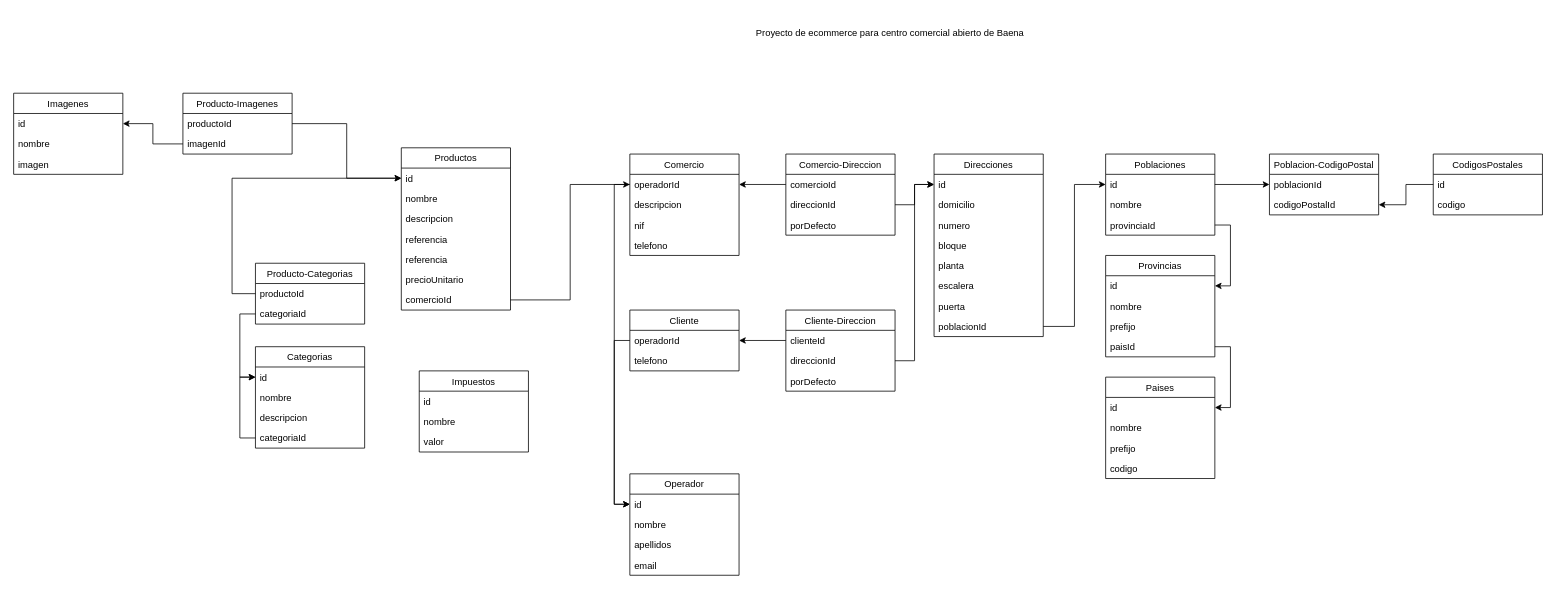
mecanicos/learningTesting keeps this draw.io diagram as Modelo relacional.drawio. Above is the earlier version. Source tidied: cells renumbered, new cells numbered last; positions are measured from the earlier drawing's top-left corner, leaving out a move shared by most shapes. Both pictures are drawn from the tidied source at 78%, with x=0, y=0 at pixel (13, 13).
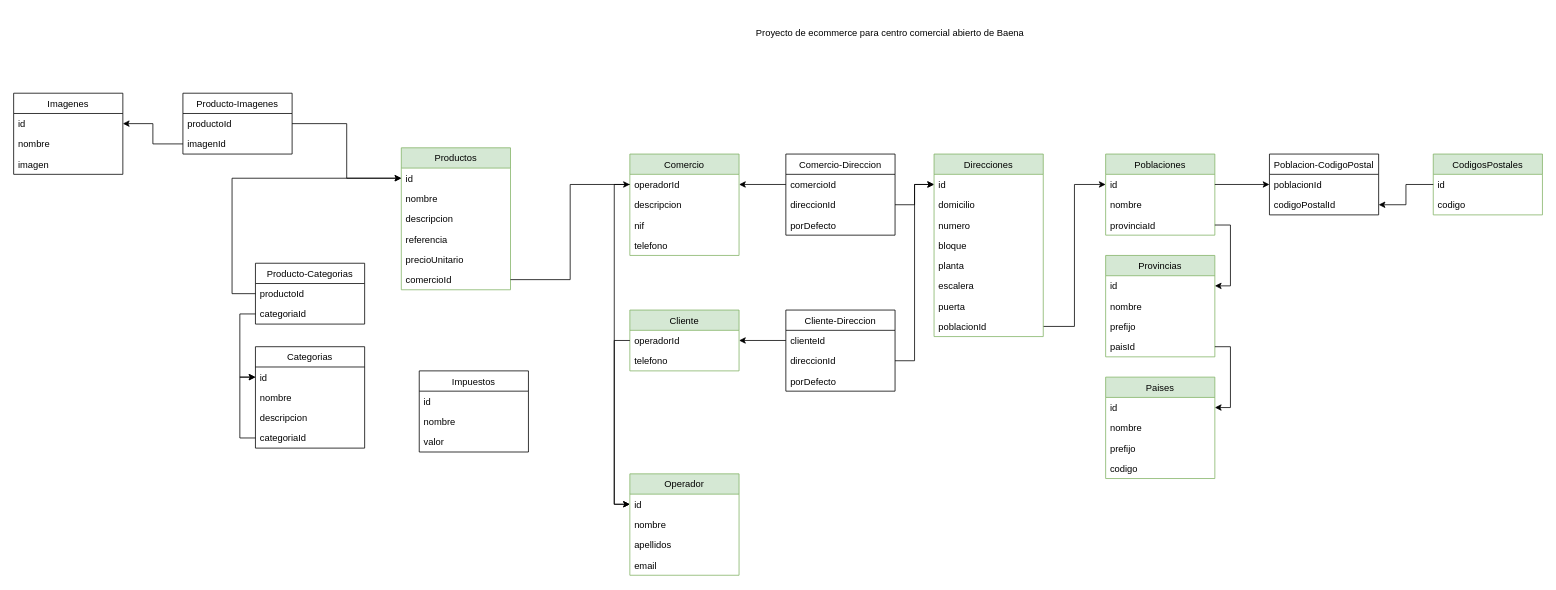
The same diagram, later.

What changed in the source:
```diff
@@
-    <mxCell id="2" value="Comercio" style="swimlane;fontStyle=0;horizontal=1;startSize=26;fillColor=none;" parent="1" vertex="1">
+    <mxCell id="2" value="Comercio" style="swimlane;fontStyle=0;horizontal=1;startSize=26;fillColor=#d5e8d4;strokeColor=#82b366;" parent="1" vertex="1">
       <mxGeometry x="790" y="180" width="140" height="130" as="geometry" />
     </mxCell>
@@
-    <mxCell id="9" value="Direcciones" style="swimlane;fontStyle=0;horizontal=1;startSize=26;fillColor=none;" parent="1" vertex="1">
+    <mxCell id="9" value="Direcciones" style="swimlane;fontStyle=0;horizontal=1;startSize=26;fillColor=#d5e8d4;strokeColor=#82b366;" parent="1" vertex="1">
       <mxGeometry x="1180" y="180" width="140" height="234" as="geometry" />
     </mxCell>
@@
-    <mxCell id="18" value="Poblaciones" style="swimlane;fontStyle=0;horizontal=1;startSize=26;fillColor=none;" parent="1" vertex="1">
+    <mxCell id="18" value="Poblaciones" style="swimlane;fontStyle=0;horizontal=1;startSize=26;fillColor=#d5e8d4;strokeColor=#82b366;" parent="1" vertex="1">
       <mxGeometry x="1400" y="180" width="140" height="104" as="geometry" />
     </mxCell>
@@
-    <mxCell id="22" value="CodigosPostales" style="swimlane;fontStyle=0;horizontal=1;startSize=26;fillColor=none;" parent="1" vertex="1">
+    <mxCell id="22" value="CodigosPostales" style="swimlane;fontStyle=0;horizontal=1;startSize=26;fillColor=#d5e8d4;strokeColor=#82b366;" parent="1" vertex="1">
       <mxGeometry x="1820" y="180" width="140" height="78" as="geometry" />
     </mxCell>
@@
-    <mxCell id="30" value="Provincias" style="swimlane;fontStyle=0;horizontal=1;startSize=26;fillColor=none;" parent="1" vertex="1">
+    <mxCell id="30" value="Provincias" style="swimlane;fontStyle=0;horizontal=1;startSize=26;fillColor=#d5e8d4;strokeColor=#82b366;" parent="1" vertex="1">
       <mxGeometry x="1400" y="310" width="140" height="130" as="geometry" />
     </mxCell>
@@
-    <mxCell id="36" value="Paises" style="swimlane;fontStyle=0;horizontal=1;startSize=26;fillColor=none;" parent="1" vertex="1">
+    <mxCell id="36" value="Paises" style="swimlane;fontStyle=0;horizontal=1;startSize=26;fillColor=#d5e8d4;strokeColor=#82b366;" parent="1" vertex="1">
       <mxGeometry x="1400" y="466" width="140" height="130" as="geometry" />
     </mxCell>
@@
-    <mxCell id="42" value="Cliente" style="swimlane;fontStyle=0;horizontal=1;startSize=26;fillColor=none;" parent="1" vertex="1">
+    <mxCell id="42" value="Cliente" style="swimlane;fontStyle=0;horizontal=1;startSize=26;fillColor=#d5e8d4;strokeColor=#82b366;" parent="1" vertex="1">
       <mxGeometry x="790" y="380" width="140" height="78" as="geometry" />
     </mxCell>
@@
-    <mxCell id="57" value="Productos" style="swimlane;fontStyle=0;horizontal=1;startSize=26;fillColor=none;" parent="1" vertex="1">
-      <mxGeometry x="497" y="172" width="140" height="208" as="geometry" />
+    <mxCell id="57" value="Productos" style="swimlane;fontStyle=0;horizontal=1;startSize=26;fillColor=#d5e8d4;strokeColor=#82b366;" parent="1" vertex="1">
+      <mxGeometry x="497" y="172" width="140" height="182" as="geometry" />
     </mxCell>
@@
-    <mxCell id="62" value="referencia" style="text;strokeColor=none;fillColor=none;align=left;verticalAlign=top;spacingLeft=4;spacingRight=4;overflow=hidden;" parent="57" vertex="1">
-      <mxGeometry y="130" width="140" height="26" as="geometry" />
-    </mxCell>
     <mxCell id="63" value="precioUnitario" style="text;strokeColor=none;fillColor=none;align=left;verticalAlign=top;spacingLeft=4;spacingRight=4;overflow=hidden;" parent="57" vertex="1">
-      <mxGeometry y="156" width="140" height="26" as="geometry" />
+      <mxGeometry y="130" width="140" height="26" as="geometry" />
     </mxCell>
     <mxCell id="64" value="comercioId" style="text;strokeColor=none;fillColor=none;align=left;verticalAlign=top;spacingLeft=4;spacingRight=4;overflow=hidden;points=[[0,0.5],[1,0.5]];portConstraint=eastwest;" parent="57" vertex="1">
-      <mxGeometry y="182" width="140" height="26" as="geometry" />
+      <mxGeometry y="156" width="140" height="26" as="geometry" />
     </mxCell>
@@
-    <mxCell id="89" value="Operador" style="swimlane;fontStyle=0;horizontal=1;startSize=26;fillColor=none;" parent="1" vertex="1">
+    <mxCell id="89" value="Operador" style="swimlane;fontStyle=0;horizontal=1;startSize=26;fillColor=#d5e8d4;strokeColor=#82b366;" parent="1" vertex="1">
       <mxGeometry x="790" y="590" width="140" height="130" as="geometry" />
     </mxCell>
```
